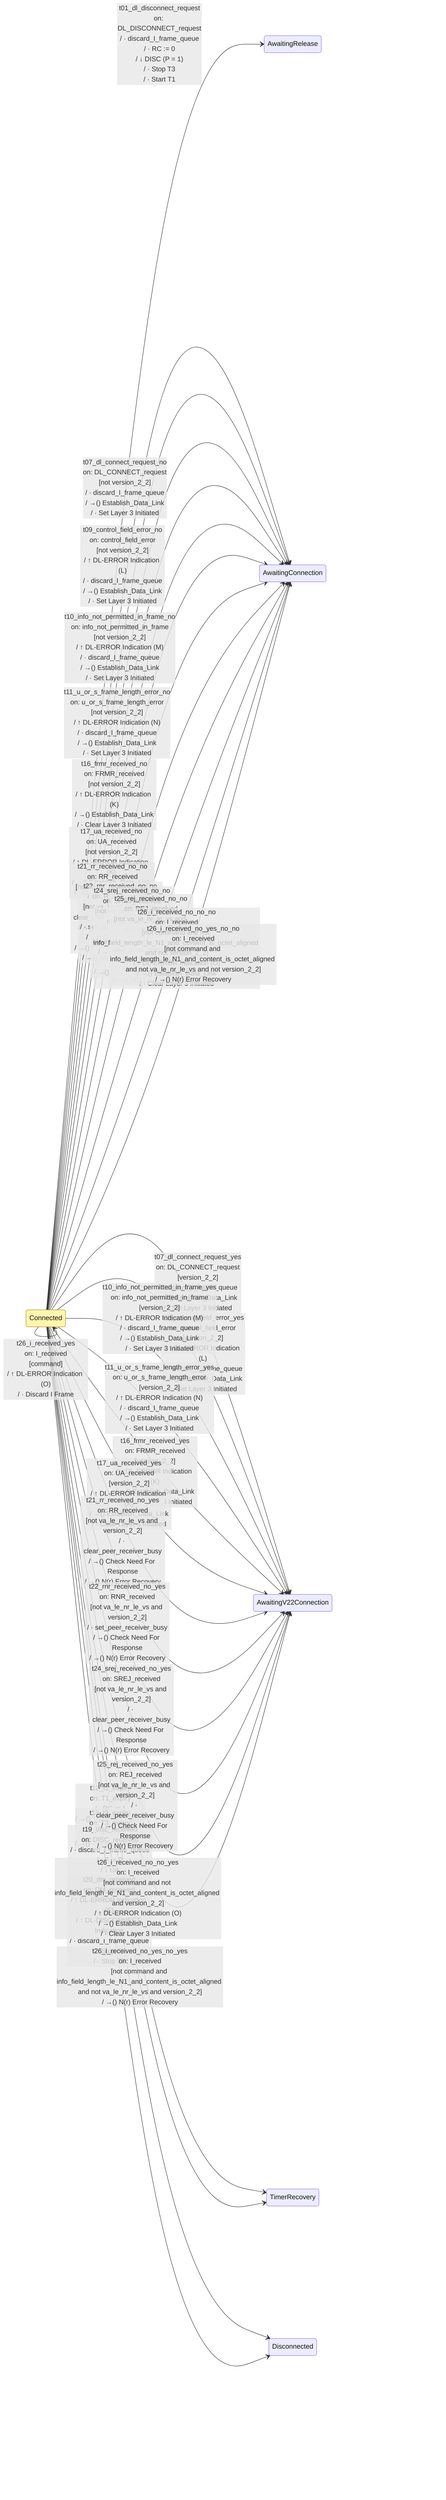
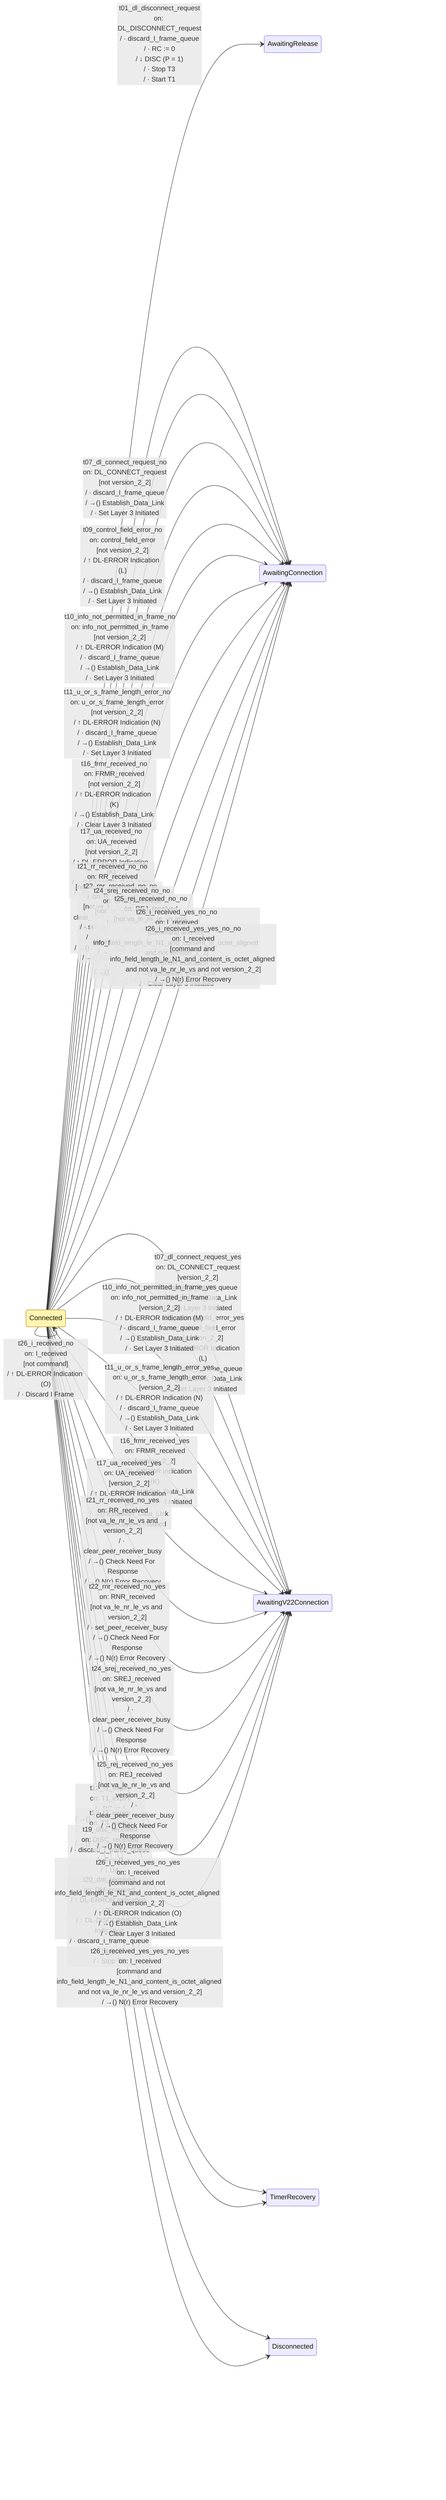
%% This file was produced by codegen/src/Packet.Sdl.CodeGen from spec-sdl/v2.2-errata/data-link/yaml/connected.sdl.yaml
%% Do not edit by hand. Run `dotnet run --project codegen/src/Packet.Sdl.CodeGen` to regenerate.
%%
%% Source: ax.25.2.2.4_Oct_25, figure figc4.4
%% Coverage: complete
%%
%% Important: this rendering is approximate and intentionally
%% looks nothing like the original SDL figure. It is a machine-
%% generated view of the transitions in the .sdl.yaml — useful
%% for spotting transcription bugs (missing transitions, wrong
%% destination state) but NOT a substitute for reading the spec
%% figure itself. See docs/sdl-primer.md.

stateDiagram-v2
    direction LR

    classDef focal fill:#fff5b1,stroke:#b08800;
    class Connected focal
    Connected --> AwaitingRelease: t01_dl_disconnect_request<br/>on: DL_DISCONNECT_request<br/>/ · discard_I_frame_queue<br/>/ · RC := 0<br/>/ ↓ DISC (P = 1)<br/>/ · Stop T3<br/>/ · Start T1
    Connected --> Connected: t02_dl_data_request<br/>on: DL_DATA_request<br/>/ ⇢ Push on I Frame Queue (note: word order?)
    Connected --> Connected: t03_i_frame_pops_off_queue_yes<br/>on: I_frame_pops_off_queue<br/>[peer_receiver_busy]<br/>/ ⇢ Push on I Frame Queue
    Connected --> Connected: t03_i_frame_pops_off_queue_no_yes<br/>on: I_frame_pops_off_queue<br/>[not peer_receiver_busy and vs_eq_va_plus_k]<br/>/ ⇢ Push on I Frame Queue
    Connected --> Connected: t03_i_frame_pops_off_queue_no_no_no<br/>on: I_frame_pops_off_queue<br/>[not peer_receiver_busy and not vs_eq_va_plus_k and not T1_running]<br/>/ · N(s) := V(s)<br/>/ · N(r) := V(r)<br/>/ · p := 0<br/>/ ↓ I Command<br/>/ · V(s) := V(s) + 1<br/>/ · Clear Acknowledge Pending<br/>/ · Stop T3<br/>/ · Start T1
    Connected --> Connected: t03_i_frame_pops_off_queue_no_no_yes<br/>on: I_frame_pops_off_queue<br/>[not peer_receiver_busy and not vs_eq_va_plus_k and T1_running]<br/>/ · N(s) := V(s)<br/>/ · N(r) := V(r)<br/>/ · p := 0<br/>/ ↓ I Command<br/>/ · V(s) := V(s) + 1<br/>/ · Clear Acknowledge Pending
    Connected --> Connected: t04_dl_unit_data_request<br/>on: DL_UNIT_DATA_request<br/>/ ↓ UI Command
    Connected --> Connected: t05_dl_flow_off_request_yes<br/>on: DL_FLOW_OFF_request<br/>[own_receiver_busy]<br/>/ · Set Own Receiver Busy<br/>/ ↓ RNR Response<br/>/ · Clear Acknowledge Pending
    Connected --> Connected: t05_dl_flow_off_request_no<br/>on: DL_FLOW_OFF_request<br/>[not own_receiver_busy]
    Connected --> Connected: t06_dl_flow_on_request_no<br/>on: DL_FLOW_ON_request<br/>[not own_receiver_busy]
    Connected --> Connected: t06_dl_flow_on_request_yes_yes<br/>on: DL_FLOW_ON_request<br/>[own_receiver_busy and T1_running]<br/>/ · Clear Own Receiver Busy<br/>/ ↓ RR Command<br/>/ · Clear Acknowledge Pending
    Connected --> Connected: t06_dl_flow_on_request_yes_no<br/>on: DL_FLOW_ON_request<br/>[own_receiver_busy and not T1_running]<br/>/ · Clear Own Receiver Busy<br/>/ ↓ RR Command<br/>/ · Clear Acknowledge Pending<br/>/ · Stop T3<br/>/ · Start T1
    Connected --> AwaitingConnection: t07_dl_connect_request_no<br/>on: DL_CONNECT_request<br/>[not version_2_2]<br/>/ · discard_I_frame_queue<br/>/ →() Establish_Data_Link<br/>/ · Set Layer 3 Initiated
    Connected --> AwaitingV22Connection: t07_dl_connect_request_yes<br/>on: DL_CONNECT_request<br/>[version_2_2]<br/>/ · discard_I_frame_queue<br/>/ →() Establish_Data_Link<br/>/ · Set Layer 3 Initiated
    Connected --> Connected: t08_all_other_primitives__from_lower_layer<br/>on: all_other_primitives__from_lower_layer
    Connected --> AwaitingConnection: t09_control_field_error_no<br/>on: control_field_error<br/>[not version_2_2]<br/>/ ↑ DL-ERROR Indication (L)<br/>/ · discard_I_frame_queue<br/>/ →() Establish_Data_Link<br/>/ · Set Layer 3 Initiated
    Connected --> AwaitingV22Connection: t09_control_field_error_yes<br/>on: control_field_error<br/>[version_2_2]<br/>/ ↑ DL-ERROR Indication (L)<br/>/ · discard_I_frame_queue<br/>/ →() Establish_Data_Link<br/>/ · Set Layer 3 Initiated
    Connected --> AwaitingConnection: t10_info_not_permitted_in_frame_no<br/>on: info_not_permitted_in_frame<br/>[not version_2_2]<br/>/ ↑ DL-ERROR Indication (M)<br/>/ · discard_I_frame_queue<br/>/ →() Establish_Data_Link<br/>/ · Set Layer 3 Initiated
    Connected --> AwaitingV22Connection: t10_info_not_permitted_in_frame_yes<br/>on: info_not_permitted_in_frame<br/>[version_2_2]<br/>/ ↑ DL-ERROR Indication (M)<br/>/ · discard_I_frame_queue<br/>/ →() Establish_Data_Link<br/>/ · Set Layer 3 Initiated
    Connected --> AwaitingConnection: t11_u_or_s_frame_length_error_no<br/>on: u_or_s_frame_length_error<br/>[not version_2_2]<br/>/ ↑ DL-ERROR Indication (N)<br/>/ · discard_I_frame_queue<br/>/ →() Establish_Data_Link<br/>/ · Set Layer 3 Initiated
    Connected --> AwaitingV22Connection: t11_u_or_s_frame_length_error_yes<br/>on: u_or_s_frame_length_error<br/>[version_2_2]<br/>/ ↑ DL-ERROR Indication (N)<br/>/ · discard_I_frame_queue<br/>/ →() Establish_Data_Link<br/>/ · Set Layer 3 Initiated
    Connected --> TimerRecovery: t12_t1_expiry<br/>on: T1_expiry<br/>/ · RC := 1<br/>/ →() Transmit Enquery
    Connected --> TimerRecovery: t13_t3_expiry<br/>on: T3_expiry<br/>/ · RC := 1<br/>/ →() Transmit Enquery
    Connected --> Connected: t14_sabm_received_yes<br/>on: SABM_received<br/>[vs_eq_va]<br/>/ · F := P<br/>/ · set_version_2_0<br/>/ ↓ UA<br/>/ →() Clear Exception Conditions<br/>/ ↑ DL-ERROR Indication (F)<br/>/ · Stop T1<br/>/ · Start T3<br/>/ · V(a) := 0<br/>/ · V(s) := 0<br/>/ · V(r) := 0<br/>/ · RC := 0
    Connected --> Connected: t14_sabm_received_no<br/>on: SABM_received<br/>[not vs_eq_va]<br/>/ · F := P<br/>/ · set_version_2_0<br/>/ ↓ UA<br/>/ →() Clear Exception Conditions<br/>/ ↑ DL-ERROR Indication (F)<br/>/ · discard_I_frame_queue<br/>/ ↑ DL-CONNECT Indication<br/>/ · Stop T1<br/>/ · Start T3<br/>/ · V(a) := 0<br/>/ · V(s) := 0<br/>/ · V(r) := 0<br/>/ · RC := 0
    Connected --> Connected: t15_sabme_received_yes<br/>on: SABME_received<br/>[vs_eq_va]<br/>/ · F := P<br/>/ · Set Version 2.2<br/>/ ↓ UA<br/>/ →() Clear Exception Conditions<br/>/ ↑ DL-ERROR Indication (F)<br/>/ · Stop T1<br/>/ · Start T3<br/>/ · V(a) := 0<br/>/ · V(s) := 0<br/>/ · V(r) := 0<br/>/ · RC := 0
    Connected --> Connected: t15_sabme_received_no<br/>on: SABME_received<br/>[not vs_eq_va]<br/>/ · F := P<br/>/ · Set Version 2.2<br/>/ ↓ UA<br/>/ →() Clear Exception Conditions<br/>/ ↑ DL-ERROR Indication (F)<br/>/ · discard_I_frame_queue<br/>/ ↑ DL-CONNECT Indication<br/>/ · Stop T1<br/>/ · Start T3<br/>/ · V(a) := 0<br/>/ · V(s) := 0<br/>/ · V(r) := 0<br/>/ · RC := 0
    Connected --> AwaitingConnection: t16_frmr_received_no<br/>on: FRMR_received<br/>[not version_2_2]<br/>/ ↑ DL-ERROR Indication (K)<br/>/ →() Establish_Data_Link<br/>/ · Clear Layer 3 Initiated
    Connected --> AwaitingV22Connection: t16_frmr_received_yes<br/>on: FRMR_received<br/>[version_2_2]<br/>/ ↑ DL-ERROR Indication (K)<br/>/ →() Establish_Data_Link<br/>/ · Clear Layer 3 Initiated
    Connected --> AwaitingConnection: t17_ua_received_no<br/>on: UA_received<br/>[not version_2_2]<br/>/ ↑ DL-ERROR Indication (K)<br/>/ →() Establish_Data_Link<br/>/ · Clear Layer 3 Initiated
    Connected --> AwaitingV22Connection: t17_ua_received_yes<br/>on: UA_received<br/>[version_2_2]<br/>/ ↑ DL-ERROR Indication (K)<br/>/ →() Establish_Data_Link<br/>/ · Clear Layer 3 Initiated
    Connected --> Connected: t18_ui_received_yes<br/>on: UI_received<br/>[P_eq_1]<br/>/ →() UI Check<br/>/ →() Enquiry_Response_F_1
    Connected --> Connected: t18_ui_received_no<br/>on: UI_received<br/>[not P_eq_1]<br/>/ →() UI Check
    Connected --> Disconnected: t19_disc_received<br/>on: DISC_received<br/>/ · discard_I_frame_queue<br/>/ · F := P<br/>/ ↓ UA<br/>/ ↑ DL-DISCONNECT Indication<br/>/ · Stop T3<br/>/ · Start T1
    Connected --> Disconnected: t20_dm_received<br/>on: DM_received<br/>/ ↑ DL-ERROR Indication (E)<br/>/ ↑ DL-DISCONNECT Indication<br/>/ · discard_I_frame_queue<br/>/ · Stop T1<br/>/ · Stop T3
    Connected --> Connected: t21_rr_received_yes<br/>on: RR_received<br/>[va_le_nr_le_vs]<br/>/ · clear_peer_receiver_busy<br/>/ →() Check Need For Response<br/>/ →() Check I Frame Acknowledged
    Connected --> AwaitingConnection: t21_rr_received_no_no<br/>on: RR_received<br/>[not va_le_nr_le_vs and not version_2_2]<br/>/ · clear_peer_receiver_busy<br/>/ →() Check Need For Response<br/>/ →() N(r) Error Recovery
    Connected --> AwaitingV22Connection: t21_rr_received_no_yes<br/>on: RR_received<br/>[not va_le_nr_le_vs and version_2_2]<br/>/ · clear_peer_receiver_busy<br/>/ →() Check Need For Response<br/>/ →() N(r) Error Recovery
    Connected --> Connected: t22_rnr_received_yes<br/>on: RNR_received<br/>[va_le_nr_le_vs]<br/>/ · set_peer_receiver_busy<br/>/ →() Check Need For Response<br/>/ →() Check I Frame Acknowledged
    Connected --> AwaitingConnection: t22_rnr_received_no_no<br/>on: RNR_received<br/>[not va_le_nr_le_vs and not version_2_2]<br/>/ · set_peer_receiver_busy<br/>/ →() Check Need For Response<br/>/ →() N(r) Error Recovery
    Connected --> AwaitingV22Connection: t22_rnr_received_no_yes<br/>on: RNR_received<br/>[not va_le_nr_le_vs and version_2_2]<br/>/ · set_peer_receiver_busy<br/>/ →() Check Need For Response<br/>/ →() N(r) Error Recovery
    Connected --> Connected: t23_lm_seize_confirm_yes<br/>on: LM_SEIZE_confirm<br/>[ack_pending]<br/>/ · Clear Acknowledge Pending<br/>/ →() Enquiry Response (F = 0)<br/>/ ↓ LM-RELEASE Request
    Connected --> Connected: t23_lm_seize_confirm_no<br/>on: LM_SEIZE_confirm<br/>[not ack_pending]<br/>/ ↓ LM-RELEASE Request
    Connected --> Connected: t24_srej_received_yes_yes<br/>on: SREJ_received<br/>[va_le_nr_le_vs and P_or_F_eq_1]<br/>/ · clear_peer_receiver_busy<br/>/ →() Check Need For Response<br/>/ · V(a) := N(r)<br/>/ · Stop T1<br/>/ · Start T3<br/>/ →() Select_T1_Value<br/>/ ⇢ Push Old I Frame N(r) on Queue<br/>/ ↓ LM-DATA Request<br/>/ · Stop T3<br/>/ · Start T1<br/>/ · Clear Acknowledge Pending
    Connected --> Connected: t24_srej_received_yes_no<br/>on: SREJ_received<br/>[va_le_nr_le_vs and not P_or_F_eq_1]<br/>/ · clear_peer_receiver_busy<br/>/ →() Check Need For Response<br/>/ · Stop T1<br/>/ · Start T3<br/>/ →() Select_T1_Value<br/>/ ⇢ Push Old I Frame N(r) on Queue<br/>/ ↓ LM-DATA Request<br/>/ · Stop T3<br/>/ · Start T1<br/>/ · Clear Acknowledge Pending
    Connected --> AwaitingConnection: t24_srej_received_no_no<br/>on: SREJ_received<br/>[not va_le_nr_le_vs and not version_2_2]<br/>/ · clear_peer_receiver_busy<br/>/ →() Check Need For Response<br/>/ →() N(r) Error Recovery
    Connected --> AwaitingV22Connection: t24_srej_received_no_yes<br/>on: SREJ_received<br/>[not va_le_nr_le_vs and version_2_2]<br/>/ · clear_peer_receiver_busy<br/>/ →() Check Need For Response<br/>/ →() N(r) Error Recovery
    Connected --> AwaitingConnection: t25_rej_received_no_no<br/>on: REJ_received<br/>[not va_le_nr_le_vs and not version_2_2]<br/>/ · clear_peer_receiver_busy<br/>/ →() Check Need For Response<br/>/ →() N(r) Error Recovery
    Connected --> AwaitingV22Connection: t25_rej_received_no_yes<br/>on: REJ_received<br/>[not va_le_nr_le_vs and version_2_2]<br/>/ · clear_peer_receiver_busy<br/>/ →() Check Need For Response<br/>/ →() N(r) Error Recovery
    Connected --> Connected: t25_rej_received_yes<br/>on: REJ_received<br/>[va_le_nr_le_vs]<br/>/ · clear_peer_receiver_busy<br/>/ →() Check Need For Response<br/>/ · V(a) := N(r)<br/>/ · Start T1<br/>/ · Stop T3<br/>/ · Clear Acknowledge Pending<br/>/ →() Select_T1_Value<br/>/ →() Invoke Retransmission
-     Connected --> AwaitingConnection: t26_i_received_no_no_no<br/>on: I_received<br/>[not command and not info_field_length_le_N1_and_content_is_octet_aligned and not version_2_2]<br/>/ ↑ DL-ERROR Indication (O)<br/>/ →() Establish_Data_Link<br/>/ · Clear Layer 3 Initiated
-     Connected --> AwaitingV22Connection: t26_i_received_no_no_yes<br/>on: I_received<br/>[not command and not info_field_length_le_N1_and_content_is_octet_aligned and version_2_2]<br/>/ ↑ DL-ERROR Indication (O)<br/>/ →() Establish_Data_Link<br/>/ · Clear Layer 3 Initiated
-     Connected --> AwaitingConnection: t26_i_received_no_yes_no_no<br/>on: I_received<br/>[not command and info_field_length_le_N1_and_content_is_octet_aligned and not va_le_nr_le_vs and not version_2_2]<br/>/ →() N(r) Error Recovery
-     Connected --> AwaitingV22Connection: t26_i_received_no_yes_no_yes<br/>on: I_received<br/>[not command and info_field_length_le_N1_and_content_is_octet_aligned and not va_le_nr_le_vs and version_2_2]<br/>/ →() N(r) Error Recovery
-     Connected --> Connected: t26_i_received_no_yes_yes_no_yes_no_no_no<br/>on: I_received<br/>[not command and info_field_length_le_N1_and_content_is_octet_aligned and va_le_nr_le_vs and not own_receiver_busy and ns_eq_vr and not P_eq_1 and not ack_pending]<br/>/ →() Check_I_Frame_Acknowledged<br/>/ · V(r) := V(r) + 1<br/>/ · Clear Reject Exception<br/>/ · Decrement Sreject Exception if > 0<br/>/ ↑ DL-DATA Indication<br/>/ ↓ LM-SEIZE Request<br/>/ · set_acknowledge_pending
-     Connected --> Connected: t26_i_received_no_yes_yes_no_yes_no_no_yes<br/>on: I_received<br/>[not command and info_field_length_le_N1_and_content_is_octet_aligned and va_le_nr_le_vs and not own_receiver_busy and ns_eq_vr and not P_eq_1 and ack_pending]<br/>/ →() Check_I_Frame_Acknowledged<br/>/ · V(r) := V(r) + 1<br/>/ · Clear Reject Exception<br/>/ · Decrement Sreject Exception if > 0<br/>/ ↑ DL-DATA Indication
-     Connected --> Connected: t26_i_received_no_yes_yes_no_yes_no_yes<br/>on: I_received<br/>[not command and info_field_length_le_N1_and_content_is_octet_aligned and va_le_nr_le_vs and not own_receiver_busy and ns_eq_vr and P_eq_1]<br/>/ →() Check_I_Frame_Acknowledged<br/>/ · V(r) := V(r) + 1<br/>/ · Clear Reject Exception<br/>/ · Decrement Sreject Exception if > 0<br/>/ ↑ DL-DATA Indication<br/>/ · F := 1<br/>/ · N(r) := V(r)<br/>/ ↓ RR<br/>/ · Clear Acknowledge Pending
-     Connected --> Connected: t26_i_received_no_yes_yes_no_no_yes_yes<br/>on: I_received<br/>[not command and info_field_length_le_N1_and_content_is_octet_aligned and va_le_nr_le_vs and not own_receiver_busy and not ns_eq_vr and reject_exception and P_eq_1]<br/>/ →() Check_I_Frame_Acknowledged<br/>/ · Discard Contents of I Frame<br/>/ · F := 1<br/>/ · N(r) := V(r)<br/>/ ↓ RR<br/>/ · Clear Acknowledge Pending
-     Connected --> Connected: t26_i_received_no_yes_yes_no_no_yes_no<br/>on: I_received<br/>[not command and info_field_length_le_N1_and_content_is_octet_aligned and va_le_nr_le_vs and not own_receiver_busy and not ns_eq_vr and reject_exception and not P_eq_1]<br/>/ →() Check_I_Frame_Acknowledged<br/>/ · Discard Contents of I Frame
-     Connected --> Connected: t26_i_received_no_yes_yes_no_no_no_no<br/>on: I_received<br/>[not command and info_field_length_le_N1_and_content_is_octet_aligned and va_le_nr_le_vs and not own_receiver_busy and not ns_eq_vr and not reject_exception and not SREJ_enabled]<br/>/ →() Check_I_Frame_Acknowledged<br/>/ · Discard Contents of I Frame<br/>/ · Set Reject Exception<br/>/ · F := P<br/>/ · N(r) := V(r)<br/>/ ↓ REJ<br/>/ · Clear Acknowledge Pending
-     Connected --> Connected: t26_i_received_no_yes_yes_no_no_no_yes_yes<br/>on: I_received<br/>[not command and info_field_length_le_N1_and_content_is_octet_aligned and va_le_nr_le_vs and not own_receiver_busy and not ns_eq_vr and not reject_exception and SREJ_enabled and sreject_exception_gt_0]<br/>/ →() Check_I_Frame_Acknowledged<br/>/ · Save Contents of I Frame<br/>/ · N(r) := N(s)<br/>/ · F := 0<br/>/ · Increment Sreject Exception<br/>/ ↓ SREJ
-     Connected --> Connected: t26_i_received_no_yes_yes_no_no_no_yes_no_yes<br/>on: I_received<br/>[not command and info_field_length_le_N1_and_content_is_octet_aligned and va_le_nr_le_vs and not own_receiver_busy and not ns_eq_vr and not reject_exception and SREJ_enabled and not sreject_exception_gt_0 and ns_gt_vr_plus_1]<br/>/ →() Check_I_Frame_Acknowledged<br/>/ · Save Contents of I Frame<br/>/ · Discard Contents of I Frame<br/>/ · Set Reject Exception<br/>/ · F := P<br/>/ · N(r) := V(r)<br/>/ ↓ REJ<br/>/ · Clear Acknowledge Pending
-     Connected --> Connected: t26_i_received_no_yes_yes_no_no_no_yes_no_no<br/>on: I_received<br/>[not command and info_field_length_le_N1_and_content_is_octet_aligned and va_le_nr_le_vs and not own_receiver_busy and not ns_eq_vr and not reject_exception and SREJ_enabled and not sreject_exception_gt_0 and not ns_gt_vr_plus_1]<br/>/ →() Check_I_Frame_Acknowledged<br/>/ · Save Contents of I Frame<br/>/ · N(r) := V(r)<br/>/ · F := 1<br/>/ · Increment Sreject Exception<br/>/ ↓ SREJ
-     Connected --> Connected: t26_i_received_no_yes_yes_yes_yes<br/>on: I_received<br/>[not command and info_field_length_le_N1_and_content_is_octet_aligned and va_le_nr_le_vs and own_receiver_busy and P_eq_1]<br/>/ →() Check_I_Frame_Acknowledged<br/>/ · Discard Contents of I Frame<br/>/ · F := 1<br/>/ · N(r) := V(r)<br/>/ ↓ RR<br/>/ · Clear Acknowledge Pending
-     Connected --> Connected: t26_i_received_no_yes_yes_yes_no<br/>on: I_received<br/>[not command and info_field_length_le_N1_and_content_is_octet_aligned and va_le_nr_le_vs and own_receiver_busy and not P_eq_1]<br/>/ →() Check_I_Frame_Acknowledged<br/>/ · Discard Contents of I Frame
-     Connected --> Connected: t26_i_received_yes<br/>on: I_received<br/>[command]<br/>/ ↑ DL-ERROR Indication (O)<br/>/ · Discard I Frame
+     Connected --> AwaitingConnection: t26_i_received_yes_no_no<br/>on: I_received<br/>[command and not info_field_length_le_N1_and_content_is_octet_aligned and not version_2_2]<br/>/ ↑ DL-ERROR Indication (O)<br/>/ →() Establish_Data_Link<br/>/ · Clear Layer 3 Initiated
+     Connected --> AwaitingV22Connection: t26_i_received_yes_no_yes<br/>on: I_received<br/>[command and not info_field_length_le_N1_and_content_is_octet_aligned and version_2_2]<br/>/ ↑ DL-ERROR Indication (O)<br/>/ →() Establish_Data_Link<br/>/ · Clear Layer 3 Initiated
+     Connected --> AwaitingConnection: t26_i_received_yes_yes_no_no<br/>on: I_received<br/>[command and info_field_length_le_N1_and_content_is_octet_aligned and not va_le_nr_le_vs and not version_2_2]<br/>/ →() N(r) Error Recovery
+     Connected --> AwaitingV22Connection: t26_i_received_yes_yes_no_yes<br/>on: I_received<br/>[command and info_field_length_le_N1_and_content_is_octet_aligned and not va_le_nr_le_vs and version_2_2]<br/>/ →() N(r) Error Recovery
+     Connected --> Connected: t26_i_received_yes_yes_yes_no_yes_no_no_no<br/>on: I_received<br/>[command and info_field_length_le_N1_and_content_is_octet_aligned and va_le_nr_le_vs and not own_receiver_busy and ns_eq_vr and not P_eq_1 and not ack_pending]<br/>/ →() Check_I_Frame_Acknowledged<br/>/ · V(r) := V(r) + 1<br/>/ · Clear Reject Exception<br/>/ · Decrement Sreject Exception if > 0<br/>/ ↑ DL-DATA Indication<br/>/ ↓ LM-SEIZE Request<br/>/ · set_acknowledge_pending
+     Connected --> Connected: t26_i_received_yes_yes_yes_no_yes_no_no_yes<br/>on: I_received<br/>[command and info_field_length_le_N1_and_content_is_octet_aligned and va_le_nr_le_vs and not own_receiver_busy and ns_eq_vr and not P_eq_1 and ack_pending]<br/>/ →() Check_I_Frame_Acknowledged<br/>/ · V(r) := V(r) + 1<br/>/ · Clear Reject Exception<br/>/ · Decrement Sreject Exception if > 0<br/>/ ↑ DL-DATA Indication
+     Connected --> Connected: t26_i_received_yes_yes_yes_no_yes_no_yes<br/>on: I_received<br/>[command and info_field_length_le_N1_and_content_is_octet_aligned and va_le_nr_le_vs and not own_receiver_busy and ns_eq_vr and P_eq_1]<br/>/ →() Check_I_Frame_Acknowledged<br/>/ · V(r) := V(r) + 1<br/>/ · Clear Reject Exception<br/>/ · Decrement Sreject Exception if > 0<br/>/ ↑ DL-DATA Indication<br/>/ · F := 1<br/>/ · N(r) := V(r)<br/>/ ↓ RR<br/>/ · Clear Acknowledge Pending
+     Connected --> Connected: t26_i_received_yes_yes_yes_no_no_yes_yes<br/>on: I_received<br/>[command and info_field_length_le_N1_and_content_is_octet_aligned and va_le_nr_le_vs and not own_receiver_busy and not ns_eq_vr and reject_exception and P_eq_1]<br/>/ →() Check_I_Frame_Acknowledged<br/>/ · Discard Contents of I Frame<br/>/ · F := 1<br/>/ · N(r) := V(r)<br/>/ ↓ RR<br/>/ · Clear Acknowledge Pending
+     Connected --> Connected: t26_i_received_yes_yes_yes_no_no_yes_no<br/>on: I_received<br/>[command and info_field_length_le_N1_and_content_is_octet_aligned and va_le_nr_le_vs and not own_receiver_busy and not ns_eq_vr and reject_exception and not P_eq_1]<br/>/ →() Check_I_Frame_Acknowledged<br/>/ · Discard Contents of I Frame
+     Connected --> Connected: t26_i_received_yes_yes_yes_no_no_no_no<br/>on: I_received<br/>[command and info_field_length_le_N1_and_content_is_octet_aligned and va_le_nr_le_vs and not own_receiver_busy and not ns_eq_vr and not reject_exception and not SREJ_enabled]<br/>/ →() Check_I_Frame_Acknowledged<br/>/ · Discard Contents of I Frame<br/>/ · Set Reject Exception<br/>/ · F := P<br/>/ · N(r) := V(r)<br/>/ ↓ REJ<br/>/ · Clear Acknowledge Pending
+     Connected --> Connected: t26_i_received_yes_yes_yes_no_no_no_yes_yes<br/>on: I_received<br/>[command and info_field_length_le_N1_and_content_is_octet_aligned and va_le_nr_le_vs and not own_receiver_busy and not ns_eq_vr and not reject_exception and SREJ_enabled and sreject_exception_gt_0]<br/>/ →() Check_I_Frame_Acknowledged<br/>/ · Save Contents of I Frame<br/>/ · N(r) := N(s)<br/>/ · F := 0<br/>/ · Increment Sreject Exception<br/>/ ↓ SREJ
+     Connected --> Connected: t26_i_received_yes_yes_yes_no_no_no_yes_no_yes<br/>on: I_received<br/>[command and info_field_length_le_N1_and_content_is_octet_aligned and va_le_nr_le_vs and not own_receiver_busy and not ns_eq_vr and not reject_exception and SREJ_enabled and not sreject_exception_gt_0 and ns_gt_vr_plus_1]<br/>/ →() Check_I_Frame_Acknowledged<br/>/ · Save Contents of I Frame<br/>/ · Discard Contents of I Frame<br/>/ · Set Reject Exception<br/>/ · F := P<br/>/ · N(r) := V(r)<br/>/ ↓ REJ<br/>/ · Clear Acknowledge Pending
+     Connected --> Connected: t26_i_received_yes_yes_yes_no_no_no_yes_no_no<br/>on: I_received<br/>[command and info_field_length_le_N1_and_content_is_octet_aligned and va_le_nr_le_vs and not own_receiver_busy and not ns_eq_vr and not reject_exception and SREJ_enabled and not sreject_exception_gt_0 and not ns_gt_vr_plus_1]<br/>/ →() Check_I_Frame_Acknowledged<br/>/ · Save Contents of I Frame<br/>/ · N(r) := V(r)<br/>/ · F := 1<br/>/ · Increment Sreject Exception<br/>/ ↓ SREJ
+     Connected --> Connected: t26_i_received_yes_yes_yes_yes_yes<br/>on: I_received<br/>[command and info_field_length_le_N1_and_content_is_octet_aligned and va_le_nr_le_vs and own_receiver_busy and P_eq_1]<br/>/ →() Check_I_Frame_Acknowledged<br/>/ · Discard Contents of I Frame<br/>/ · F := 1<br/>/ · N(r) := V(r)<br/>/ ↓ RR<br/>/ · Clear Acknowledge Pending
+     Connected --> Connected: t26_i_received_yes_yes_yes_yes_no<br/>on: I_received<br/>[command and info_field_length_le_N1_and_content_is_octet_aligned and va_le_nr_le_vs and own_receiver_busy and not P_eq_1]<br/>/ →() Check_I_Frame_Acknowledged<br/>/ · Discard Contents of I Frame
+     Connected --> Connected: t26_i_received_no<br/>on: I_received<br/>[not command]<br/>/ ↑ DL-ERROR Indication (O)<br/>/ · Discard I Frame
